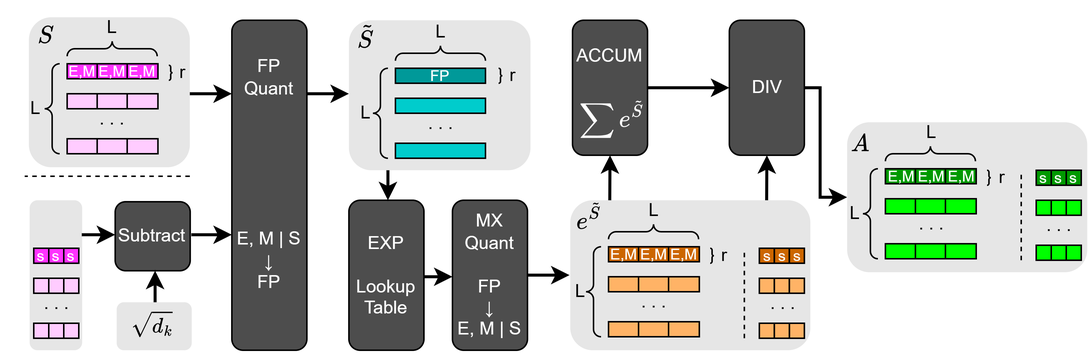
This is doc/diagrams/attention/attention_eq2.drawio.png from Fiwo735/MX-for-FPGA, a draw.io export, as it was before one commit. Source tidied: cells renumbered, new cells last; positions are measured from the earlier drawing's top-left corner, leaving out a move shared by most shapes.
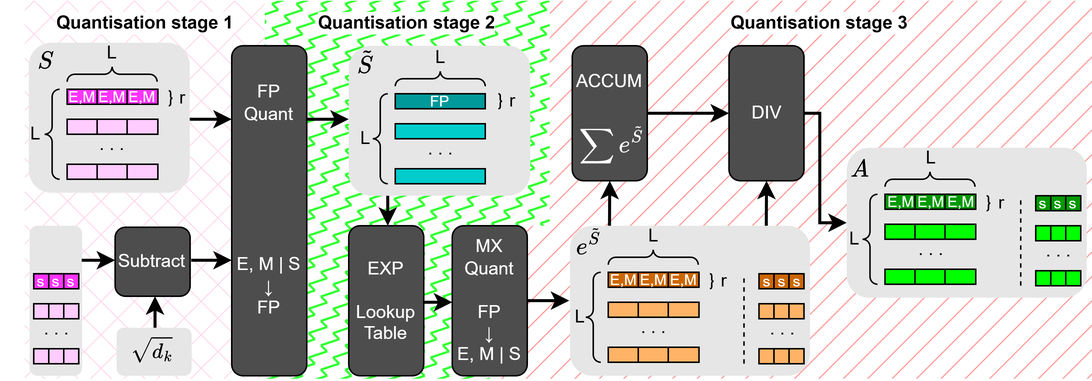
After the change.

What changed in the source:
```diff
@@ -2,6 +2,21 @@
   <root>
     <mxCell id="0" />
     <mxCell id="1" parent="0" />
+    <mxCell id="122" style="rounded=0;whiteSpace=wrap;html=1;strokeColor=none;fillColor=#FF9999;fillStyle=hatch;" parent="1" vertex="1">
+      <mxGeometry x="366" y="-20" width="362" height="252" as="geometry" />
+    </mxCell>
+    <mxCell id="123" style="rounded=0;whiteSpace=wrap;html=1;strokeColor=none;fillColor=#FF9999;fillStyle=hatch;" parent="1" vertex="1">
+      <mxGeometry x="326" y="130" width="40" height="102" as="geometry" />
+    </mxCell>
+    <mxCell id="124" style="rounded=0;whiteSpace=wrap;html=1;strokeColor=none;fillColor=#33FF33;fillStyle=zigzag-line;gradientColor=none;" parent="1" vertex="1">
+      <mxGeometry x="326" y="-20" width="40" height="150" as="geometry" />
+    </mxCell>
+    <mxCell id="125" style="rounded=0;whiteSpace=wrap;html=1;strokeColor=none;fillColor=#33FF33;fillStyle=zigzag-line;gradientColor=none;" parent="1" vertex="1">
+      <mxGeometry x="176" y="-20" width="150" height="252" as="geometry" />
+    </mxCell>
+    <mxCell id="126" style="rounded=0;whiteSpace=wrap;html=1;strokeColor=none;fillColor=#FFCCE6;fillStyle=cross-hatch;" parent="1" vertex="1">
+      <mxGeometry x="16" y="-20" width="160" height="252" as="geometry" />
+    </mxCell>
     <mxCell id="2" style="rounded=1;whiteSpace=wrap;html=1;fontColor=default;fillColor=#E6E6E6;strokeColor=none;" parent="1" vertex="1">
       <mxGeometry x="77.2" y="198" width="50" height="32" as="geometry" />
     </mxCell>
@@ -95,18 +110,18 @@
     <mxCell id="32" value="$$\sqrt{d_k}$$" style="text;html=1;align=center;verticalAlign=middle;strokeColor=none;fillColor=none;" parent="1" vertex="1">
       <mxGeometry x="51.2" y="198" width="100" height="30" as="geometry" />
     </mxCell>
-    <mxCell id="33" style="endArrow=classic;html=1;strokeWidth=2;" parent="1" edge="1">
-      <mxGeometry relative="1" as="geometry">
-        <mxPoint x="54" y="153" as="sourcePoint" />
-        <mxPoint x="76.2" y="153" as="targetPoint" />
-      </mxGeometry>
-    </mxCell>
-    <mxCell id="34" style="endArrow=classic;html=1;strokeWidth=2;" parent="1" edge="1">
-      <mxGeometry relative="1" as="geometry">
-        <mxPoint x="102.8" y="198" as="sourcePoint" />
-        <mxPoint x="102.8" y="177" as="targetPoint" />
-      </mxGeometry>
-    </mxCell>
+    <mxCell id="127" style="endArrow=classic;html=1;strokeWidth=2;" parent="1" edge="1">
+      <mxGeometry relative="1" as="geometry">
+        <mxPoint x="54" y="153" as="sourcePoint" />
+        <mxPoint x="76.2" y="153" as="targetPoint" />
+      </mxGeometry>
+    </mxCell>
+    <mxCell id="128" style="endArrow=classic;html=1;strokeWidth=2;" parent="1" edge="1">
+      <mxGeometry relative="1" as="geometry">
+        <mxPoint x="102.8" y="198" as="sourcePoint" />
+        <mxPoint x="102.8" y="177" as="targetPoint" />
+      </mxGeometry>
+    </mxCell>
     <mxCell id="35" value="EXP&lt;br&gt;&lt;br&gt;Lookup Table" style="rounded=1;whiteSpace=wrap;html=1;horizontal=1;fillColor=#4D4D4D;fontColor=#FFFFFF;" parent="1" vertex="1">
       <mxGeometry x="232" y="130" width="50" height="100" as="geometry" />
     </mxCell>
@@ -158,36 +173,30 @@
     <mxCell id="51" value="DIV" style="rounded=1;whiteSpace=wrap;html=1;horizontal=1;fillColor=#4D4D4D;fontColor=#FFFFFF;" parent="1" vertex="1">
       <mxGeometry x="485.5" y="10" width="50" height="90" as="geometry" />
     </mxCell>
-    <mxCell id="52" style="endArrow=none;dashed=1;html=1;" parent="1" edge="1">
-      <mxGeometry relative="1" as="geometry">
-        <mxPoint x="126" y="114" as="sourcePoint" />
-        <mxPoint x="16" y="114" as="targetPoint" />
-      </mxGeometry>
-    </mxCell>
-    <mxCell id="53" style="endArrow=classic;html=1;strokeWidth=2;" parent="1" edge="1">
-      <mxGeometry relative="1" as="geometry">
-        <mxPoint x="126" y="59" as="sourcePoint" />
-        <mxPoint x="154" y="59" as="targetPoint" />
-      </mxGeometry>
-    </mxCell>
-    <mxCell id="54" style="endArrow=classic;html=1;strokeWidth=2;" parent="1" edge="1">
-      <mxGeometry relative="1" as="geometry">
-        <mxPoint x="127" y="153" as="sourcePoint" />
-        <mxPoint x="154" y="153" as="targetPoint" />
-      </mxGeometry>
-    </mxCell>
-    <mxCell id="55" style="endArrow=classic;html=1;strokeWidth=2;" parent="1" edge="1">
-      <mxGeometry relative="1" as="geometry">
-        <mxPoint x="204" y="59" as="sourcePoint" />
-        <mxPoint x="232" y="59" as="targetPoint" />
-      </mxGeometry>
-    </mxCell>
-    <mxCell id="56" style="endArrow=classic;html=1;strokeWidth=2;" parent="1" edge="1">
-      <mxGeometry relative="1" as="geometry">
-        <mxPoint x="258" y="110" as="sourcePoint" />
-        <mxPoint x="258" y="130" as="targetPoint" />
-      </mxGeometry>
-    </mxCell>
+    <mxCell id="129" style="endArrow=classic;html=1;strokeWidth=2;" parent="1" edge="1">
+      <mxGeometry relative="1" as="geometry">
+        <mxPoint x="126" y="59" as="sourcePoint" />
+        <mxPoint x="154" y="59" as="targetPoint" />
+      </mxGeometry>
+    </mxCell>
+    <mxCell id="130" style="endArrow=classic;html=1;strokeWidth=2;" parent="1" edge="1">
+      <mxGeometry relative="1" as="geometry">
+        <mxPoint x="127" y="153" as="sourcePoint" />
+        <mxPoint x="154" y="153" as="targetPoint" />
+      </mxGeometry>
+    </mxCell>
+    <mxCell id="131" style="endArrow=classic;html=1;strokeWidth=2;" parent="1" edge="1">
+      <mxGeometry relative="1" as="geometry">
+        <mxPoint x="204" y="59" as="sourcePoint" />
+        <mxPoint x="232" y="59" as="targetPoint" />
+      </mxGeometry>
+    </mxCell>
+    <mxCell id="132" style="endArrow=classic;html=1;strokeWidth=2;" parent="1" edge="1">
+      <mxGeometry relative="1" as="geometry">
+        <mxPoint x="258" y="110" as="sourcePoint" />
+        <mxPoint x="258" y="130" as="targetPoint" />
+      </mxGeometry>
+    </mxCell>
     <mxCell id="57" value="&lt;font style=&quot;color: rgb(255, 255, 255);&quot;&gt;MX&lt;br&gt;Quant&lt;br&gt;&lt;br&gt;FP&lt;/font&gt;&lt;div&gt;&lt;span style=&quot;color: rgb(63, 63, 63);&quot;&gt;&lt;font style=&quot;color: rgb(255, 255, 255);&quot;&gt;↓&lt;br&gt;E, M | S&lt;br&gt;&lt;/font&gt;&lt;/span&gt;&lt;/div&gt;" style="rounded=1;whiteSpace=wrap;html=1;horizontal=1;fillColor=#4D4D4D;fontColor=#FFFFFF;" parent="1" vertex="1">
       <mxGeometry x="301" y="130" width="50" height="100" as="geometry" />
     </mxCell>
@@ -242,12 +251,12 @@
     <mxCell id="74" style="rounded=0;whiteSpace=wrap;html=1;fillColor=#00FF00;" parent="1" vertex="1">
       <mxGeometry x="629.5" y="159" width="20.5" height="10" as="geometry" />
     </mxCell>
-    <mxCell id="75" style="endArrow=none;dashed=1;html=1;" parent="1" edge="1">
-      <mxGeometry relative="1" as="geometry">
-        <mxPoint x="680" y="170" as="sourcePoint" />
-        <mxPoint x="680" y="110" as="targetPoint" />
-      </mxGeometry>
-    </mxCell>
+    <mxCell id="133" style="endArrow=none;dashed=1;html=1;" parent="1" edge="1">
+      <mxGeometry relative="1" as="geometry">
+        <mxPoint x="680" y="170" as="sourcePoint" />
+        <mxPoint x="680" y="110" as="targetPoint" />
+      </mxGeometry>
+    </mxCell>
     <mxCell id="76" value="s" style="rounded=0;whiteSpace=wrap;html=1;fillColor=#009900;fontSize=10;fontColor=#FFFFFF;" parent="1" vertex="1">
       <mxGeometry x="690" y="110" width="10" height="10" as="geometry" />
     </mxCell>
@@ -332,12 +341,12 @@
     <mxCell id="103" style="rounded=0;whiteSpace=wrap;html=1;fillColor=#FFB366;" parent="1" vertex="1">
       <mxGeometry x="445" y="211" width="20.5" height="10" as="geometry" />
     </mxCell>
-    <mxCell id="104" style="endArrow=none;dashed=1;html=1;" parent="1" edge="1">
-      <mxGeometry relative="1" as="geometry">
-        <mxPoint x="495.5" y="222" as="sourcePoint" />
-        <mxPoint x="495.5" y="162" as="targetPoint" />
-      </mxGeometry>
-    </mxCell>
+    <mxCell id="134" style="endArrow=none;dashed=1;html=1;" parent="1" edge="1">
+      <mxGeometry relative="1" as="geometry">
+        <mxPoint x="495.5" y="222" as="sourcePoint" />
+        <mxPoint x="495.5" y="162" as="targetPoint" />
+      </mxGeometry>
+    </mxCell>
     <mxCell id="105" value="s" style="rounded=0;whiteSpace=wrap;html=1;fillColor=#CC6600;fontSize=10;fontColor=#FFFFFF;" parent="1" vertex="1">
       <mxGeometry x="505.5" y="162" width="10" height="10" as="geometry" />
     </mxCell>
@@ -368,18 +377,18 @@
     <mxCell id="114" value="s" style="rounded=0;whiteSpace=wrap;html=1;fillColor=#CC6600;fontSize=10;fontColor=#FFFFFF;" parent="1" vertex="1">
       <mxGeometry x="525.5" y="162" width="10" height="10" as="geometry" />
     </mxCell>
-    <mxCell id="115" style="endArrow=classic;html=1;strokeWidth=2;" parent="1" edge="1">
-      <mxGeometry relative="1" as="geometry">
-        <mxPoint x="351" y="179.9" as="sourcePoint" />
-        <mxPoint x="379" y="179.9" as="targetPoint" />
-      </mxGeometry>
-    </mxCell>
-    <mxCell id="116" style="endArrow=classic;html=1;strokeWidth=2;" parent="1" edge="1">
-      <mxGeometry relative="1" as="geometry">
-        <mxPoint x="282" y="181" as="sourcePoint" />
-        <mxPoint x="301" y="181" as="targetPoint" />
-      </mxGeometry>
-    </mxCell>
+    <mxCell id="135" style="endArrow=classic;html=1;strokeWidth=2;" parent="1" edge="1">
+      <mxGeometry relative="1" as="geometry">
+        <mxPoint x="351" y="179.9" as="sourcePoint" />
+        <mxPoint x="379" y="179.9" as="targetPoint" />
+      </mxGeometry>
+    </mxCell>
+    <mxCell id="136" style="endArrow=classic;html=1;strokeWidth=2;" parent="1" edge="1">
+      <mxGeometry relative="1" as="geometry">
+        <mxPoint x="282" y="181" as="sourcePoint" />
+        <mxPoint x="301" y="181" as="targetPoint" />
+      </mxGeometry>
+    </mxCell>
     <mxCell id="117" value="$$e^\tilde{S}$$" style="text;html=1;align=center;verticalAlign=middle;strokeColor=none;fillColor=none;fontStyle=1;fontSize=14;" parent="1" vertex="1">
       <mxGeometry x="332" y="127" width="120" height="30" as="geometry" />
     </mxCell>
@@ -391,23 +400,32 @@
         </Array>
       </mxGeometry>
     </mxCell>
-    <mxCell id="119" style="endArrow=classic;html=1;strokeWidth=2;" parent="1" edge="1">
-      <mxGeometry relative="1" as="geometry">
-        <mxPoint x="405.8" y="130" as="sourcePoint" />
-        <mxPoint x="406" y="100" as="targetPoint" />
-      </mxGeometry>
-    </mxCell>
-    <mxCell id="120" style="endArrow=classic;html=1;strokeWidth=2;" parent="1" edge="1">
-      <mxGeometry relative="1" as="geometry">
-        <mxPoint x="510.4" y="130" as="sourcePoint" />
-        <mxPoint x="510.5" y="100" as="targetPoint" />
-      </mxGeometry>
-    </mxCell>
+    <mxCell id="137" style="endArrow=classic;html=1;strokeWidth=2;" parent="1" edge="1">
+      <mxGeometry relative="1" as="geometry">
+        <mxPoint x="405.8" y="130" as="sourcePoint" />
+        <mxPoint x="406" y="100" as="targetPoint" />
+      </mxGeometry>
+    </mxCell>
+    <mxCell id="138" style="endArrow=classic;html=1;strokeWidth=2;" parent="1" edge="1">
+      <mxGeometry relative="1" as="geometry">
+        <mxPoint x="510.4" y="130" as="sourcePoint" />
+        <mxPoint x="510.5" y="100" as="targetPoint" />
+      </mxGeometry>
+    </mxCell>
     <mxCell id="121" style="endArrow=classic;html=1;strokeWidth=2;entryX=0;entryY=0.5;entryDx=0;entryDy=0;exitX=1;exitY=0.5;exitDx=0;exitDy=0;" parent="1" edge="1" source="50" target="51">
       <mxGeometry relative="1" as="geometry" />
     </mxCell>
-    <mxCell id="122" value="$$\sum e^\tilde{S}$$" style="text;align=center;verticalAlign=middle;strokeColor=none;fillColor=none;fontStyle=1;fontSize=14;fontColor=#FFFFFF;labelBorderColor=none;html=1;" parent="1" vertex="1">
-      <mxGeometry x="332" y="60" width="150" height="30" as="geometry" />
-    </mxCell>
+    <mxCell id="139" value="$$\sum e^\tilde{S}$$" style="text;align=center;verticalAlign=middle;strokeColor=none;fillColor=none;fontStyle=1;fontSize=14;fontColor=#FFFFFF;labelBorderColor=none;html=1;" parent="1" vertex="1">
+      <mxGeometry x="332" y="60" width="150" height="30" as="geometry" />
+    </mxCell>
+    <mxCell id="140" value="&lt;span style=&quot;color: rgb(0, 0, 0);&quot;&gt;Quantisation stage 1&lt;/span&gt;" style="text;html=1;align=center;verticalAlign=middle;whiteSpace=wrap;rounded=0;fontStyle=1;labelBackgroundColor=default;" parent="1" vertex="1">
+      <mxGeometry x="17" y="-20" width="159" height="30" as="geometry" />
+    </mxCell>
+    <mxCell id="141" value="&lt;span style=&quot;color: rgb(0, 0, 0);&quot;&gt;Quantisation stage 2&lt;/span&gt;" style="text;html=1;align=center;verticalAlign=middle;whiteSpace=wrap;rounded=0;fontStyle=1;labelBackgroundColor=default;" parent="1" vertex="1">
+      <mxGeometry x="176" y="-20" width="190" height="30" as="geometry" />
+    </mxCell>
+    <mxCell id="142" value="&lt;span style=&quot;color: rgb(0, 0, 0);&quot;&gt;Quantisation stage 3&lt;/span&gt;" style="text;html=1;align=center;verticalAlign=middle;whiteSpace=wrap;rounded=0;fontStyle=1;labelBackgroundColor=default;" parent="1" vertex="1">
+      <mxGeometry x="366" y="-20" width="360" height="30" as="geometry" />
+    </mxCell>
   </root>
 </mxGraphModel>
```
